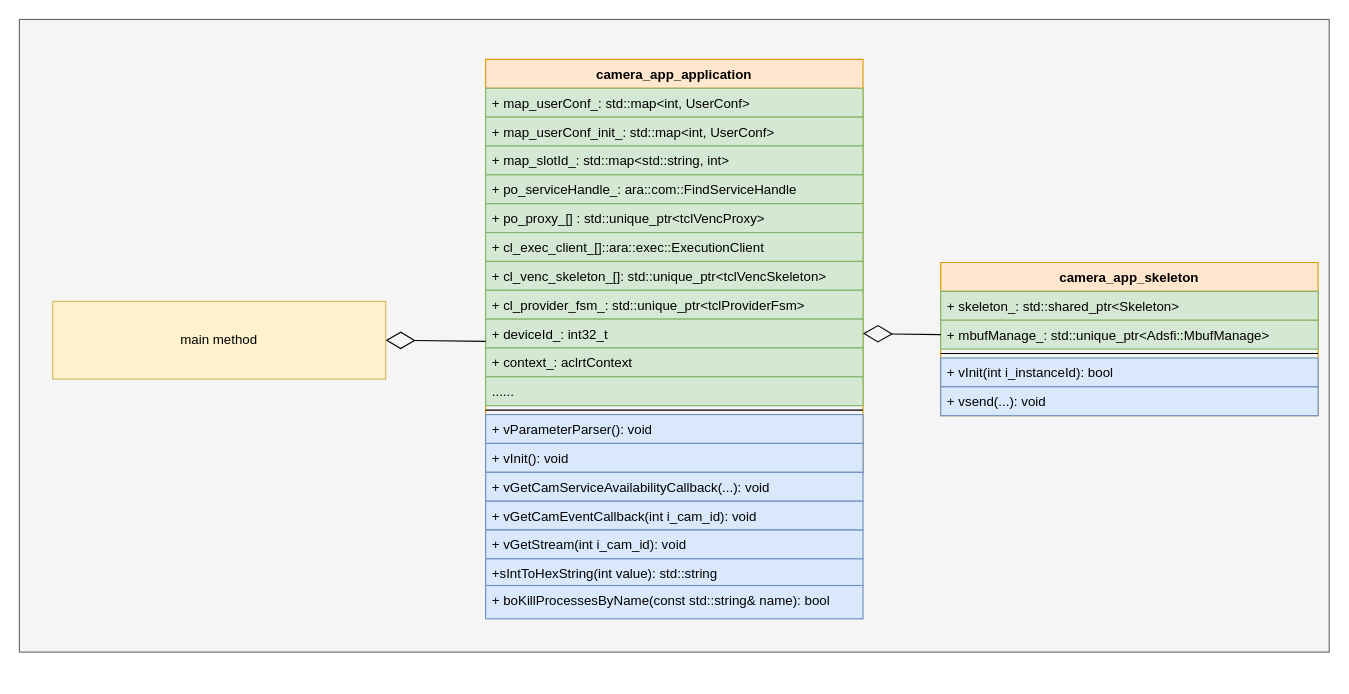
This is camera_app静态图.drawio from xiaoleli/diagrams, a draw.io file, before an edit. Source tidied: cells renumbered, new cells numbered last; positions are measured from the earlier drawing's top-left corner, leaving out a move shared by most shapes. Both pictures are drawn from the tidied source at 111%, with x=0, y=0 at pixel (19, 19).
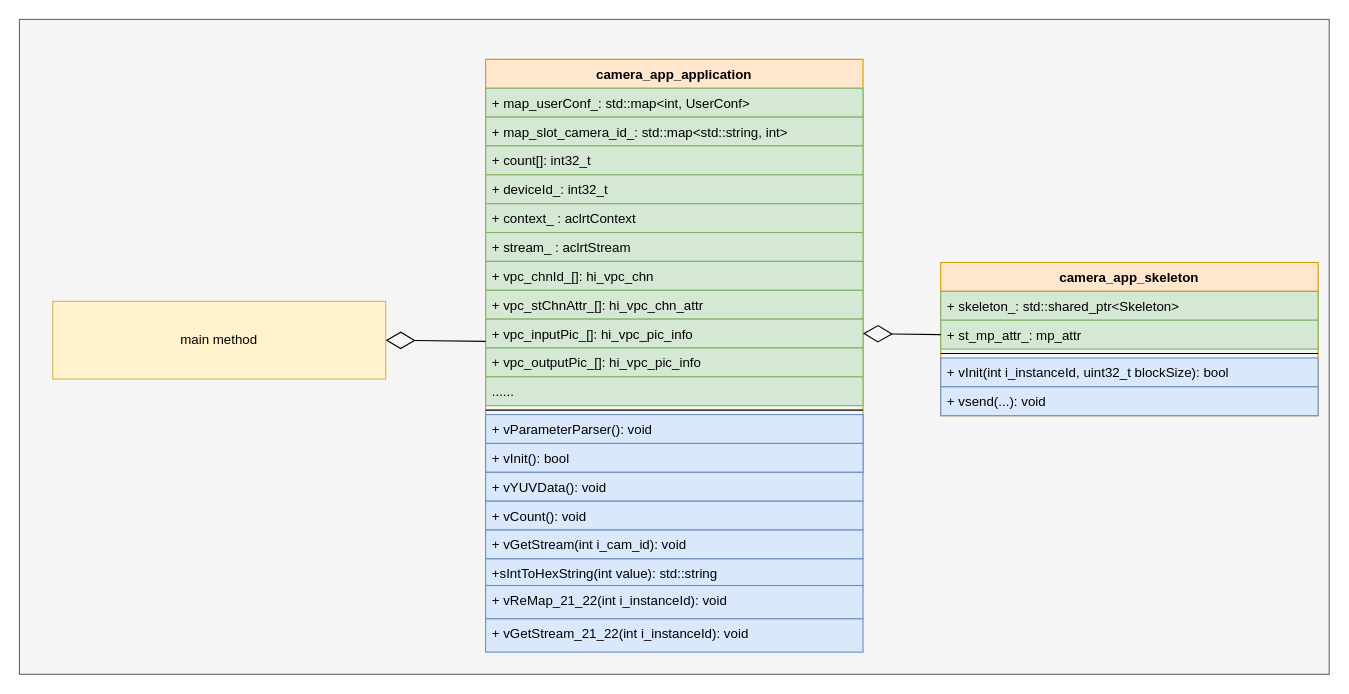
The same page after the edit.

Commit message (it also covers changes not shown here):
更新camera_app静态图.drawio

The change refers to these unchanged cells:
```xml
<mxCell id="3" value="camera_app_application" style="swimlane;fontStyle=1;align=center;verticalAlign=top;horizontal=1;startSize=26;fillColor=#ffe6cc;strokeColor=#d79b00;" parent="1" vertex="1">
  <mxGeometry x="420" y="36" width="340" height="372" as="geometry" />
</mxCell>
<mxCell id="24" value="camera_app_skeleton" style="swimlane;fontStyle=1;align=center;verticalAlign=top;horizontal=1;startSize=26;fillColor=#ffe6cc;strokeColor=#d79b00;" parent="1" vertex="1">
  <mxGeometry x="830" y="219" width="340" height="138" as="geometry" />
</mxCell>
```

What changed in the source:
```diff
@@
     <mxCell id="2" style="html=1;fillColor=#f5f5f5;fontColor=#333333;strokeColor=#666666;" parent="1" vertex="1">
-      <mxGeometry width="1180" height="570" as="geometry" />
+      <mxGeometry width="1180" height="590" as="geometry" />
     </mxCell>
@@
-    <mxCell id="5" value="+ map_userConf_init_: std::map&lt;int, UserConf&gt;" style="text;strokeColor=#82b366;fillColor=#d5e8d4;align=left;verticalAlign=top;spacingLeft=4;spacingRight=4;overflow=hidden;" parent="3" vertex="1">
+    <mxCell id="5" value="+ map_slot_camera_id_: std::map&lt;std::string, int&gt;" style="text;strokeColor=#82b366;fillColor=#d5e8d4;align=left;verticalAlign=top;spacingLeft=4;spacingRight=4;overflow=hidden;" parent="3" vertex="1">
       <mxGeometry y="52" width="340" height="26" as="geometry" />
     </mxCell>
-    <mxCell id="6" value="+ map_slotId_: std::map&lt;std::string, int&gt;" style="text;strokeColor=#82b366;fillColor=#d5e8d4;align=left;verticalAlign=top;spacingLeft=4;spacingRight=4;overflow=hidden;" parent="3" vertex="1">
+    <mxCell id="6" value="+ count[]: int32_t" style="text;strokeColor=#82b366;fillColor=#d5e8d4;align=left;verticalAlign=top;spacingLeft=4;spacingRight=4;overflow=hidden;" parent="3" vertex="1">
       <mxGeometry y="78" width="340" height="26" as="geometry" />
     </mxCell>
-    <mxCell id="7" value="+ po_serviceHandle_: ara::com::FindServiceHandle" style="text;strokeColor=#82b366;fillColor=#d5e8d4;align=left;verticalAlign=top;spacingLeft=4;spacingRight=4;overflow=hidden;" parent="3" vertex="1">
+    <mxCell id="7" value="+ deviceId_: int32_t" style="text;strokeColor=#82b366;fillColor=#d5e8d4;align=left;verticalAlign=top;spacingLeft=4;spacingRight=4;overflow=hidden;" parent="3" vertex="1">
       <mxGeometry y="104" width="340" height="26" as="geometry" />
     </mxCell>
-    <mxCell id="8" value="+ po_proxy_[] : std::unique_ptr&lt;tclVencProxy&gt;" style="text;strokeColor=#82b366;fillColor=#d5e8d4;align=left;verticalAlign=top;spacingLeft=4;spacingRight=4;overflow=hidden;" parent="3" vertex="1">
+    <mxCell id="8" value="+ context_ : aclrtContext" style="text;strokeColor=#82b366;fillColor=#d5e8d4;align=left;verticalAlign=top;spacingLeft=4;spacingRight=4;overflow=hidden;" parent="3" vertex="1">
       <mxGeometry y="130" width="340" height="26" as="geometry" />
     </mxCell>
-    <mxCell id="9" value="+ cl_exec_client_[]::ara::exec::ExecutionClient" style="text;strokeColor=#82b366;fillColor=#d5e8d4;align=left;verticalAlign=top;spacingLeft=4;spacingRight=4;overflow=hidden;" parent="3" vertex="1">
+    <mxCell id="9" value="+ stream_ : aclrtStream" style="text;strokeColor=#82b366;fillColor=#d5e8d4;align=left;verticalAlign=top;spacingLeft=4;spacingRight=4;overflow=hidden;" parent="3" vertex="1">
       <mxGeometry y="156" width="340" height="26" as="geometry" />
     </mxCell>
-    <mxCell id="10" value="+ cl_venc_skeleton_[]: std::unique_ptr&lt;tclVencSkeleton&gt;" style="text;strokeColor=#82b366;fillColor=#d5e8d4;align=left;verticalAlign=top;spacingLeft=4;spacingRight=4;overflow=hidden;" parent="3" vertex="1">
+    <mxCell id="10" value="+ vpc_chnId_[]: hi_vpc_chn" style="text;strokeColor=#82b366;fillColor=#d5e8d4;align=left;verticalAlign=top;spacingLeft=4;spacingRight=4;overflow=hidden;" parent="3" vertex="1">
       <mxGeometry y="182" width="340" height="26" as="geometry" />
     </mxCell>
-    <mxCell id="11" value="+ cl_provider_fsm_: std::unique_ptr&lt;tclProviderFsm&gt; " style="text;strokeColor=#82b366;fillColor=#d5e8d4;align=left;verticalAlign=top;spacingLeft=4;spacingRight=4;overflow=hidden;" parent="3" vertex="1">
+    <mxCell id="11" value="+ vpc_stChnAttr_[]: hi_vpc_chn_attr " style="text;strokeColor=#82b366;fillColor=#d5e8d4;align=left;verticalAlign=top;spacingLeft=4;spacingRight=4;overflow=hidden;" parent="3" vertex="1">
       <mxGeometry y="208" width="340" height="26" as="geometry" />
     </mxCell>
-    <mxCell id="12" value="+ deviceId_: int32_t" style="text;strokeColor=#82b366;fillColor=#d5e8d4;align=left;verticalAlign=top;spacingLeft=4;spacingRight=4;overflow=hidden;points=[[0,0.5],[1,0.5]];portConstraint=eastwest;" parent="3" vertex="1">
+    <mxCell id="12" value="+ vpc_inputPic_[]: hi_vpc_pic_info" style="text;strokeColor=#82b366;fillColor=#d5e8d4;align=left;verticalAlign=top;spacingLeft=4;spacingRight=4;overflow=hidden;points=[[0,0.5],[1,0.5]];portConstraint=eastwest;" parent="3" vertex="1">
       <mxGeometry y="234" width="340" height="26" as="geometry" />
     </mxCell>
-    <mxCell id="13" value="+ context_: aclrtContext" style="text;strokeColor=#82b366;fillColor=#d5e8d4;align=left;verticalAlign=top;spacingLeft=4;spacingRight=4;overflow=hidden;" parent="3" vertex="1">
+    <mxCell id="13" value="+ vpc_outputPic_[]: hi_vpc_pic_info" style="text;strokeColor=#82b366;fillColor=#d5e8d4;align=left;verticalAlign=top;spacingLeft=4;spacingRight=4;overflow=hidden;" parent="3" vertex="1">
       <mxGeometry y="260" width="340" height="26" as="geometry" />
     </mxCell>
@@
-    <mxCell id="17" value="+ vInit(): void" style="text;strokeColor=#6c8ebf;fillColor=#dae8fc;align=left;verticalAlign=top;spacingLeft=4;spacingRight=4;overflow=hidden;" parent="3" vertex="1">
+    <mxCell id="17" value="+ vInit(): bool" style="text;strokeColor=#6c8ebf;fillColor=#dae8fc;align=left;verticalAlign=top;spacingLeft=4;spacingRight=4;overflow=hidden;" parent="3" vertex="1">
       <mxGeometry y="346" width="340" height="26" as="geometry" />
     </mxCell>
@@
-    <mxCell id="20" value="+ vGetCamServiceAvailabilityCallback(...): void" style="text;strokeColor=#6c8ebf;fillColor=#dae8fc;align=left;verticalAlign=top;spacingLeft=4;spacingRight=4;overflow=hidden;" parent="1" vertex="1">
+    <mxCell id="20" value="+ vYUVData(): void" style="text;strokeColor=#6c8ebf;fillColor=#dae8fc;align=left;verticalAlign=top;spacingLeft=4;spacingRight=4;overflow=hidden;" parent="1" vertex="1">
       <mxGeometry x="420" y="408" width="340" height="26" as="geometry" />
     </mxCell>
-    <mxCell id="21" value="+ vGetCamEventCallback(int i_cam_id): void" style="text;strokeColor=#6c8ebf;fillColor=#dae8fc;align=left;verticalAlign=top;spacingLeft=4;spacingRight=4;overflow=hidden;" parent="1" vertex="1">
+    <mxCell id="21" value="+ vCount(): void" style="text;strokeColor=#6c8ebf;fillColor=#dae8fc;align=left;verticalAlign=top;spacingLeft=4;spacingRight=4;overflow=hidden;" parent="1" vertex="1">
       <mxGeometry x="420" y="434" width="340" height="26" as="geometry" />
     </mxCell>
@@
-    <mxCell id="26" value="+ mbufManage_: std::unique_ptr&lt;Adsfi::MbufManage&gt;" style="text;strokeColor=#82b366;fillColor=#d5e8d4;align=left;verticalAlign=top;spacingLeft=4;spacingRight=4;overflow=hidden;points=[[0,0.5],[1,0.5]];portConstraint=eastwest;" parent="24" vertex="1">
+    <mxCell id="26" value="+ st_mp_attr_: mp_attr" style="text;strokeColor=#82b366;fillColor=#d5e8d4;align=left;verticalAlign=top;spacingLeft=4;spacingRight=4;overflow=hidden;points=[[0,0.5],[1,0.5]];portConstraint=eastwest;" parent="24" vertex="1">
       <mxGeometry y="52" width="340" height="26" as="geometry" />
     </mxCell>
@@
-    <mxCell id="28" value="+ vInit(int i_instanceId): bool" style="text;strokeColor=#6c8ebf;fillColor=#dae8fc;align=left;verticalAlign=top;spacingLeft=4;spacingRight=4;overflow=hidden;" parent="24" vertex="1">
+    <mxCell id="28" value="+ vInit(int i_instanceId, uint32_t blockSize): bool" style="text;strokeColor=#6c8ebf;fillColor=#dae8fc;align=left;verticalAlign=top;spacingLeft=4;spacingRight=4;overflow=hidden;" parent="24" vertex="1">
       <mxGeometry y="86" width="340" height="26" as="geometry" />
     </mxCell>
@@
-    <mxCell id="31" value="+ boKillProcessesByName(const std::string&amp; name): bool" style="text;strokeColor=#6c8ebf;fillColor=#dae8fc;align=left;verticalAlign=top;spacingLeft=4;spacingRight=4;overflow=hidden;" parent="1" vertex="1">
+    <mxCell id="31" value="+ vReMap_21_22(int i_instanceId): void" style="text;strokeColor=#6c8ebf;fillColor=#dae8fc;align=left;verticalAlign=top;spacingLeft=4;spacingRight=4;overflow=hidden;" parent="1" vertex="1">
       <mxGeometry x="420" y="510" width="340" height="30" as="geometry" />
     </mxCell>
+    <mxCell id="32" value="+ vGetStream_21_22(int i_instanceId): void" style="text;strokeColor=#6c8ebf;fillColor=#dae8fc;align=left;verticalAlign=top;spacingLeft=4;spacingRight=4;overflow=hidden;" parent="1" vertex="1">
+      <mxGeometry x="420" y="540" width="340" height="30" as="geometry" />
+    </mxCell>
```
